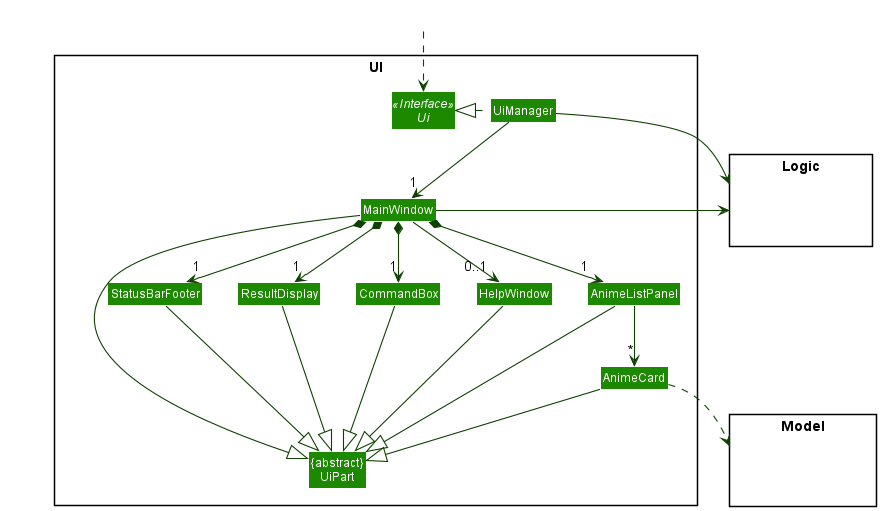
The PlantUML diagram docs/images/UiClassDiagram.png in nus-cs2103-AY2122S1/tp, before a commit.
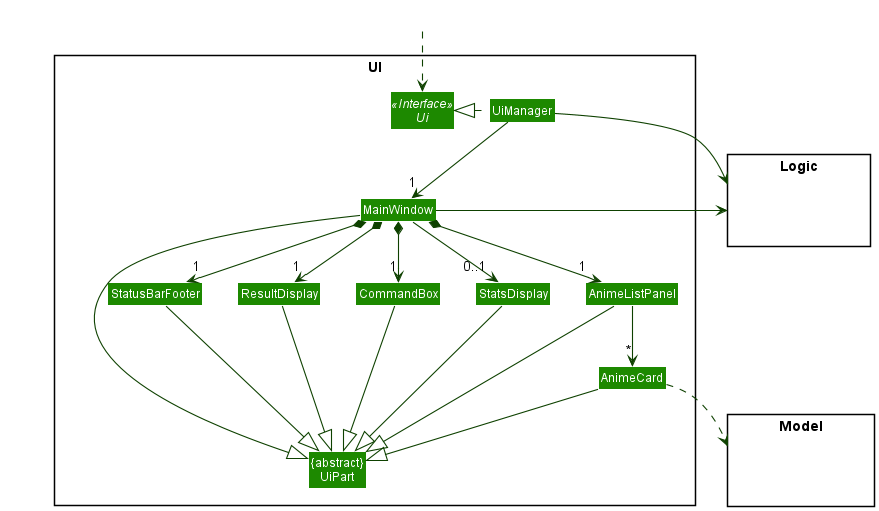
After the commit.

Diff of the diagram source:
```diff
@@ -9,7 +9,7 @@
 Class "{abstract}\nUiPart" as UiPart
 Class UiManager
 Class MainWindow
-Class HelpWindow
+Class StatsDisplay
 Class ResultDisplay
 Class AnimeListPanel
 Class AnimeCard
@@ -34,7 +34,7 @@
 MainWindow *-down-> "1" ResultDisplay
 MainWindow *-down-> "1" AnimeListPanel
 MainWindow *-down-> "1" StatusBarFooter
-MainWindow --> "0..1" HelpWindow
+MainWindow --> "0..1" StatsDisplay
 
 AnimeListPanel -down-> "*" AnimeCard
 
@@ -45,14 +45,13 @@
 AnimeListPanel --|> UiPart
 AnimeCard --|> UiPart
 StatusBarFooter --|> UiPart
-HelpWindow --|> UiPart
+StatsDisplay --|> UiPart
 
 AnimeCard ..> Model
 UiManager -right-> Logic
 MainWindow -left-> Logic
 
-AnimeListPanel -[hidden]left- HelpWindow
-HelpWindow -[hidden]left- CommandBox
+StatsDisplay -[hidden]left- CommandBox
 CommandBox -[hidden]left- ResultDisplay
 ResultDisplay -[hidden]left- StatusBarFooter
 
```
